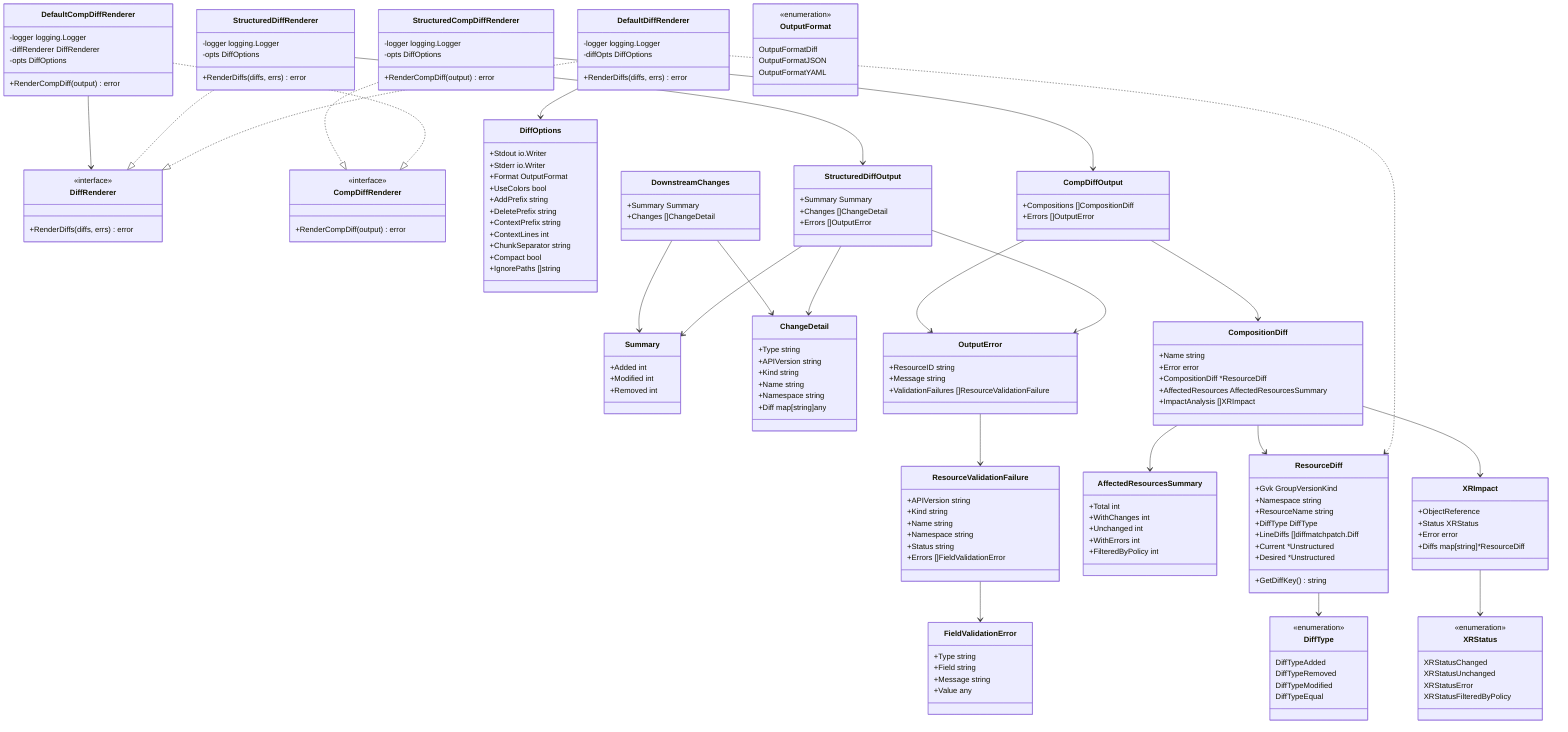
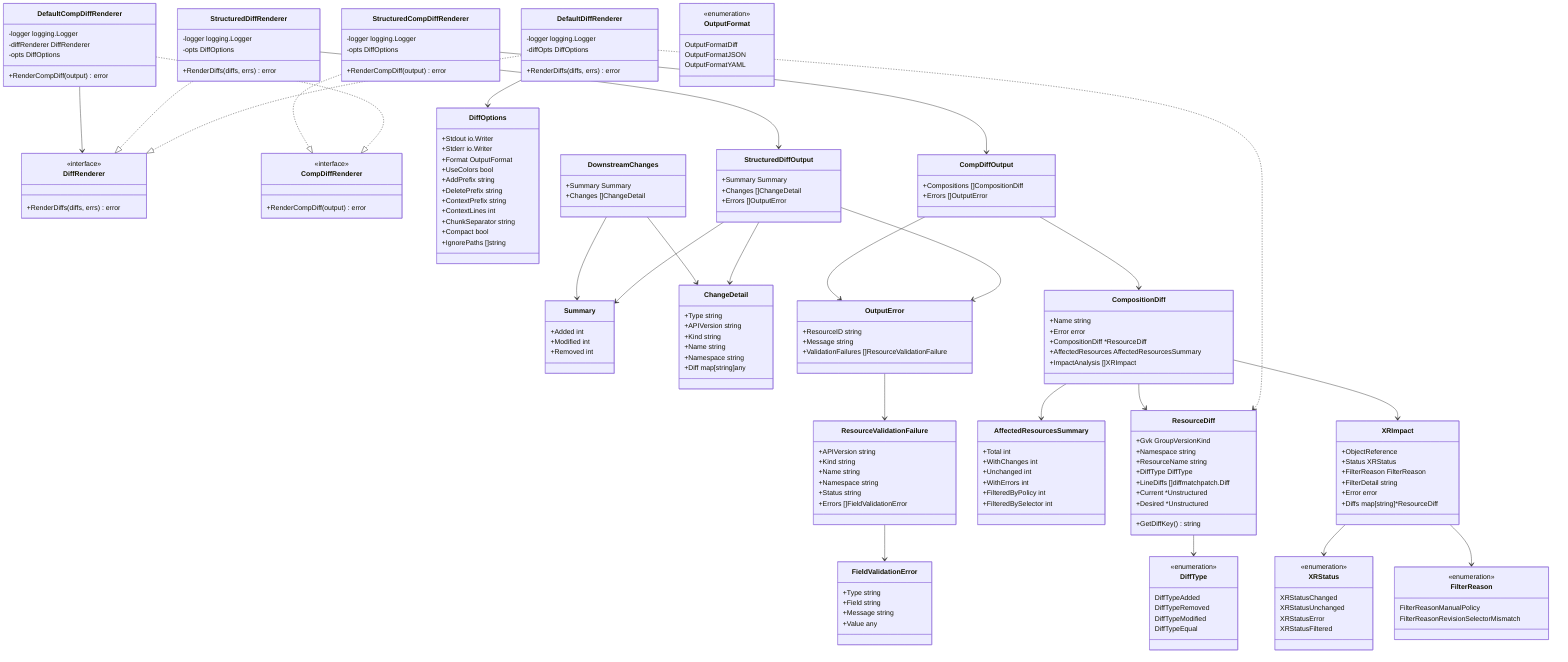
classDiagram
    class DiffRenderer {
        <<interface>>
        +RenderDiffs(diffs, errs) error
    }

    class CompDiffRenderer {
        <<interface>>
        +RenderCompDiff(output) error
    }

    class DefaultDiffRenderer {
        -logger logging.Logger
        -diffOpts DiffOptions
        +RenderDiffs(diffs, errs) error
    }

    class StructuredDiffRenderer {
        -logger logging.Logger
        -opts DiffOptions
        +RenderDiffs(diffs, errs) error
    }

    class DefaultCompDiffRenderer {
        -logger logging.Logger
        -diffRenderer DiffRenderer
        -opts DiffOptions
        +RenderCompDiff(output) error
    }

    class StructuredCompDiffRenderer {
        -logger logging.Logger
        -opts DiffOptions
        +RenderCompDiff(output) error
    }

    class OutputFormat {
        <<enumeration>>
        OutputFormatDiff
        OutputFormatJSON
        OutputFormatYAML
    }

    class DiffOptions {
        +Stdout io.Writer
        +Stderr io.Writer
        +Format OutputFormat
        +UseColors bool
        +AddPrefix string
        +DeletePrefix string
        +ContextPrefix string
        +ContextLines int
        +ChunkSeparator string
        +Compact bool
        +IgnorePaths []string
    }

    class StructuredDiffOutput {
        +Summary Summary
        +Changes []ChangeDetail
        +Errors []OutputError
    }

    class Summary {
        +Added int
        +Modified int
        +Removed int
    }

    class ChangeDetail {
        +Type string
        +APIVersion string
        +Kind string
        +Name string
        +Namespace string
        +Diff map[string]any
    }

    class CompDiffOutput {
        +Compositions []CompositionDiff
        +Errors []OutputError
    }

    class CompositionDiff {
        +Name string
        +Error error
        +CompositionDiff *ResourceDiff
        +AffectedResources AffectedResourcesSummary
        +ImpactAnalysis []XRImpact
    }

    class XRImpact {
        +ObjectReference
        +Status XRStatus
+         +FilterReason FilterReason
+         +FilterDetail string
        +Error error
        +Diffs map[string]*ResourceDiff
    }

    class XRStatus {
        <<enumeration>>
        XRStatusChanged
        XRStatusUnchanged
        XRStatusError
-         XRStatusFilteredByPolicy
+         XRStatusFiltered
+     }
+ 
+     class FilterReason {
+         <<enumeration>>
+         FilterReasonManualPolicy
+         FilterReasonRevisionSelectorMismatch
    }

    class AffectedResourcesSummary {
        +Total int
        +WithChanges int
        +Unchanged int
        +WithErrors int
        +FilteredByPolicy int
+         +FilteredBySelector int
    }

    class DownstreamChanges {
        +Summary Summary
        +Changes []ChangeDetail
    }

    class OutputError {
        +ResourceID string
        +Message string
        +ValidationFailures []ResourceValidationFailure
    }

    class ResourceValidationFailure {
        +APIVersion string
        +Kind string
        +Name string
        +Namespace string
        +Status string
        +Errors []FieldValidationError
    }

    class FieldValidationError {
        +Type string
        +Field string
        +Message string
        +Value any
    }

    class ResourceDiff {
        +Gvk GroupVersionKind
        +Namespace string
        +ResourceName string
        +DiffType DiffType
        +LineDiffs []diffmatchpatch.Diff
        +Current *Unstructured
        +Desired *Unstructured
        +GetDiffKey() string
    }

    class DiffType {
        <<enumeration>>
        DiffTypeAdded
        DiffTypeRemoved
        DiffTypeModified
        DiffTypeEqual
    }

    DefaultDiffRenderer ..|> DiffRenderer
    StructuredDiffRenderer ..|> DiffRenderer
    DefaultCompDiffRenderer ..|> CompDiffRenderer
    StructuredCompDiffRenderer ..|> CompDiffRenderer

    DefaultDiffRenderer --> DiffOptions
    DefaultDiffRenderer ..> ResourceDiff
    StructuredDiffRenderer --> StructuredDiffOutput
    StructuredCompDiffRenderer --> CompDiffOutput
    DefaultCompDiffRenderer --> DiffRenderer

    StructuredDiffOutput --> Summary
    StructuredDiffOutput --> ChangeDetail
    StructuredDiffOutput --> OutputError
    CompDiffOutput --> CompositionDiff
    CompDiffOutput --> OutputError
    CompositionDiff --> AffectedResourcesSummary
    CompositionDiff --> XRImpact
    CompositionDiff --> ResourceDiff
    OutputError --> ResourceValidationFailure
    ResourceValidationFailure --> FieldValidationError
    XRImpact --> XRStatus
+     XRImpact --> FilterReason
    DownstreamChanges --> Summary
    DownstreamChanges --> ChangeDetail

    ResourceDiff --> DiffType
